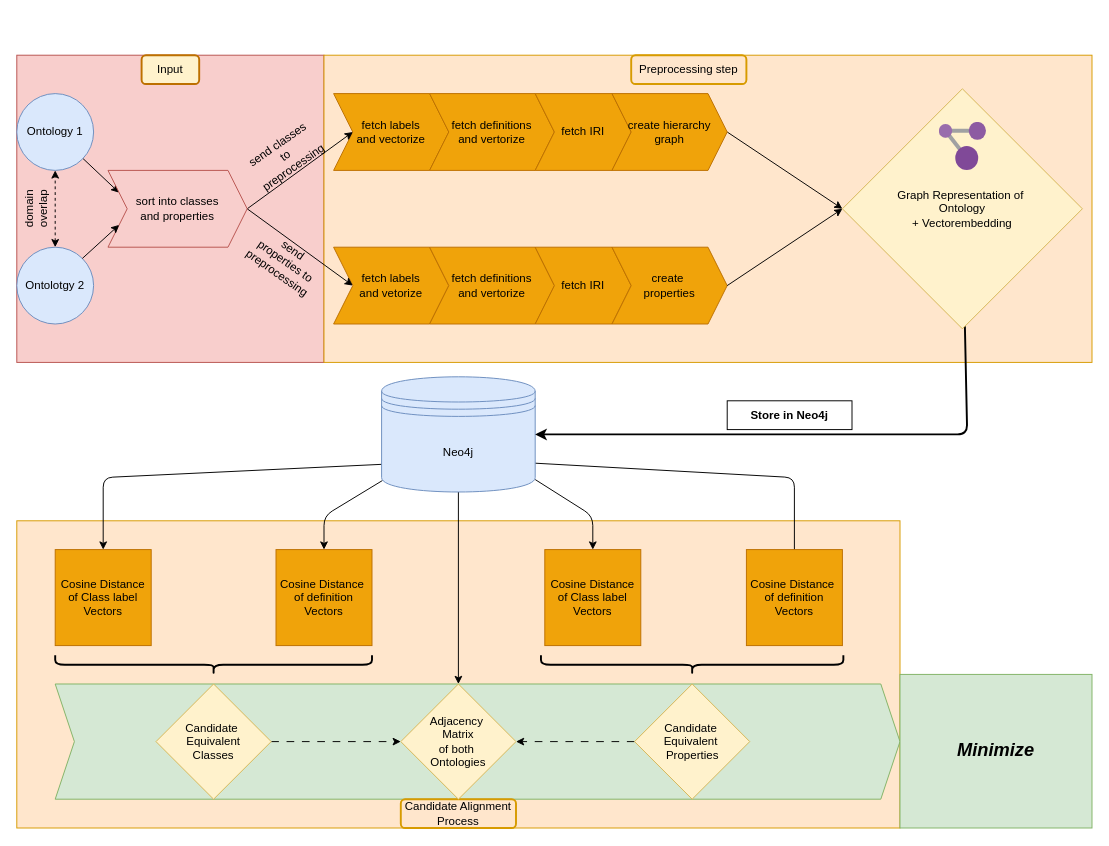
The draw.io diagram docs/pipeline.drawio in SamirKipper/Ontopo, before the edit. Source tidied: cells renumbered, new cells numbered last; positions are measured from the earlier drawing's top-left corner, leaving out a move shared by most shapes. Both pictures are drawn from the tidied source at 96%, with x=0, y=0 at pixel (7, 55). Pictures stored in the file or linked from it are replaced by grey dashed boxes.
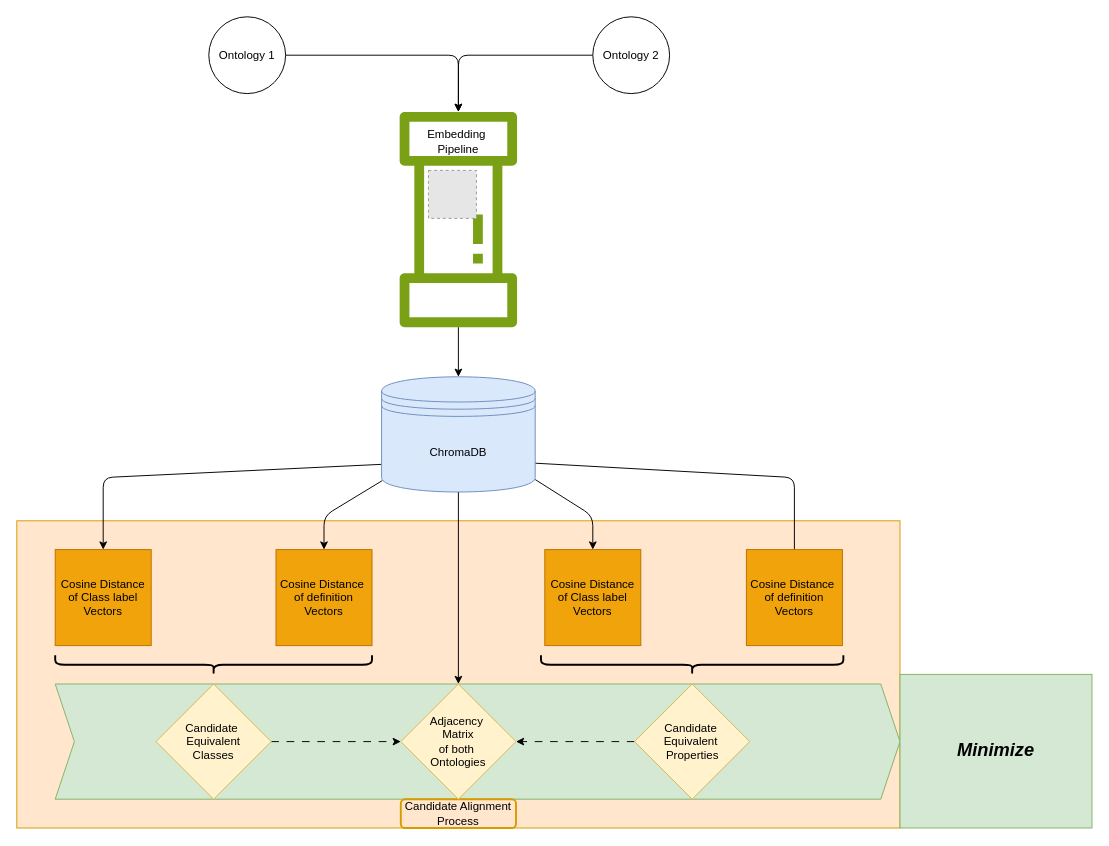
The same diagram, later.

Commit message (it also covers changes not shown here):
base rust classes

What changed in the source:
```diff
@@
-    <mxCell id="9" value="Neo4j" style="shape=datastore;whiteSpace=wrap;html=1;fillColor=#dae8fc;strokeColor=#6c8ebf;" parent="1" vertex="1">
+    <mxCell id="9" value="ChromaDB" style="shape=datastore;whiteSpace=wrap;html=1;fillColor=#dae8fc;strokeColor=#6c8ebf;" parent="1" vertex="1">
       <mxGeometry x="390" y="335" width="160" height="120" as="geometry" />
     </mxCell>
-    <mxCell id="10" style="rounded=0;whiteSpace=wrap;html=1;fillColor=#f8cecc;strokeColor=#b85450;" parent="1" vertex="1">
-      <mxGeometry x="10" width="320" height="320" as="geometry" />
-    </mxCell>
-    <mxCell id="11" value="Input" style="text;html=1;align=center;verticalAlign=middle;whiteSpace=wrap;rounded=1;strokeColor=#BD7000;strokeWidth=2;fillColor=#FFF2CC;fontColor=#000000;" parent="1" vertex="1">
-      <mxGeometry x="140" width="60" height="30" as="geometry" />
-    </mxCell>
-    <mxCell id="12" style="edgeStyle=none;html=1;entryX=0;entryY=0.25;entryDx=0;entryDy=0;" parent="1" edge="1" source="13" target="28">
-      <mxGeometry relative="1" as="geometry" />
-    </mxCell>
-    <mxCell id="13" value="Ontology 1" style="ellipse;whiteSpace=wrap;html=1;fillColor=#dae8fc;strokeColor=#6c8ebf;" parent="1" vertex="1">
-      <mxGeometry x="10" y="40" width="80" height="80" as="geometry" />
-    </mxCell>
-    <mxCell id="14" value="Ontolotgy 2" style="ellipse;whiteSpace=wrap;html=1;fillColor=#dae8fc;strokeColor=#6c8ebf;" parent="1" vertex="1">
-      <mxGeometry x="10" y="200" width="80" height="80" as="geometry" />
-    </mxCell>
-    <mxCell id="15" style="rounded=0;whiteSpace=wrap;html=1;fillColor=#ffe6cc;strokeColor=#d79b00;" parent="1" vertex="1">
-      <mxGeometry x="330" width="800" height="320" as="geometry" />
-    </mxCell>
-    <mxCell id="16" value="Preprocessing step" style="text;html=1;align=center;verticalAlign=middle;whiteSpace=wrap;rounded=1;strokeColor=#d79b00;strokeWidth=2;fillColor=#ffe6cc;" parent="1" vertex="1">
-      <mxGeometry x="650" width="120" height="30" as="geometry" />
-    </mxCell>
-    <mxCell id="17" value="&lt;font style=&quot;color: rgb(0, 0, 0);&quot;&gt;fetch labels&lt;/font&gt;&lt;div&gt;&lt;font style=&quot;color: rgb(0, 0, 0);&quot;&gt;and vectorize&lt;/font&gt;&lt;/div&gt;" style="shape=step;perimeter=stepPerimeter;whiteSpace=wrap;html=1;fixedSize=1;fillColor=#f0a30a;fontColor=#000000;strokeColor=#BD7000;" parent="1" vertex="1">
-      <mxGeometry x="340" y="40" width="120" height="80" as="geometry" />
-    </mxCell>
-    <mxCell id="18" value="&lt;font style=&quot;color: rgb(0, 0, 0);&quot;&gt;fetch definitions&lt;/font&gt;&lt;div&gt;&lt;font style=&quot;color: rgb(0, 0, 0);&quot;&gt;and vertorize&lt;/font&gt;&lt;/div&gt;" style="shape=step;perimeter=stepPerimeter;whiteSpace=wrap;html=1;fixedSize=1;fillColor=#f0a30a;fontColor=#000000;strokeColor=#BD7000;" parent="1" vertex="1">
-      <mxGeometry x="440" y="40" width="130" height="80" as="geometry" />
-    </mxCell>
-    <mxCell id="19" value="fetch IRI" style="shape=step;perimeter=stepPerimeter;whiteSpace=wrap;html=1;fixedSize=1;fillColor=#f0a30a;fontColor=#000000;strokeColor=#BD7000;" parent="1" vertex="1">
-      <mxGeometry x="550" y="40" width="100" height="80" as="geometry" />
-    </mxCell>
-    <mxCell id="20" style="edgeStyle=none;html=1;entryX=0;entryY=0.5;entryDx=0;entryDy=0;exitX=1;exitY=0.5;exitDx=0;exitDy=0;" parent="1" edge="1" source="21">
-      <mxGeometry relative="1" as="geometry">
-        <mxPoint x="870" y="160" as="targetPoint" />
-      </mxGeometry>
-    </mxCell>
-    <mxCell id="21" value="create hierarchy&lt;div&gt;graph&lt;/div&gt;" style="shape=step;perimeter=stepPerimeter;whiteSpace=wrap;html=1;fixedSize=1;fillColor=#f0a30a;fontColor=#000000;strokeColor=#BD7000;" parent="1" vertex="1">
-      <mxGeometry x="630" y="40" width="120" height="80" as="geometry" />
-    </mxCell>
-    <mxCell id="22" value="&lt;font style=&quot;color: rgb(0, 0, 0);&quot;&gt;fetch labels&lt;/font&gt;&lt;div&gt;&lt;font style=&quot;color: rgb(0, 0, 0);&quot;&gt;and vetorize&lt;/font&gt;&lt;/div&gt;" style="shape=step;perimeter=stepPerimeter;whiteSpace=wrap;html=1;fixedSize=1;fillColor=#f0a30a;fontColor=#000000;strokeColor=#BD7000;" parent="1" vertex="1">
-      <mxGeometry x="340" y="200" width="120" height="80" as="geometry" />
-    </mxCell>
-    <mxCell id="23" value="&lt;font style=&quot;color: rgb(0, 0, 0);&quot;&gt;fetch definitions&lt;/font&gt;&lt;div&gt;&lt;font style=&quot;color: rgb(0, 0, 0);&quot;&gt;and vertorize&lt;/font&gt;&lt;/div&gt;" style="shape=step;perimeter=stepPerimeter;whiteSpace=wrap;html=1;fixedSize=1;fillColor=#f0a30a;fontColor=#000000;strokeColor=#BD7000;" parent="1" vertex="1">
-      <mxGeometry x="440" y="200" width="130" height="80" as="geometry" />
-    </mxCell>
-    <mxCell id="24" value="fetch IRI" style="shape=step;perimeter=stepPerimeter;whiteSpace=wrap;html=1;fixedSize=1;fillColor=#f0a30a;fontColor=#000000;strokeColor=#BD7000;" parent="1" vertex="1">
-      <mxGeometry x="550" y="200" width="100" height="80" as="geometry" />
-    </mxCell>
-    <mxCell id="25" value="&lt;font style=&quot;color: rgb(0, 0, 0);&quot;&gt;create&amp;nbsp;&lt;/font&gt;&lt;div&gt;&lt;font style=&quot;color: rgb(0, 0, 0);&quot;&gt;properties&lt;/font&gt;&lt;/div&gt;" style="shape=step;perimeter=stepPerimeter;whiteSpace=wrap;html=1;fixedSize=1;fillColor=#f0a30a;fontColor=#000000;strokeColor=#BD7000;" parent="1" vertex="1">
-      <mxGeometry x="630" y="200" width="120" height="80" as="geometry" />
-    </mxCell>
-    <mxCell id="26" style="edgeStyle=none;html=1;entryX=0;entryY=0.5;entryDx=0;entryDy=0;exitX=1;exitY=0.5;exitDx=0;exitDy=0;" parent="1" edge="1" source="28" target="17">
-      <mxGeometry relative="1" as="geometry" />
-    </mxCell>
-    <mxCell id="27" style="edgeStyle=none;html=1;entryX=0;entryY=0.5;entryDx=0;entryDy=0;exitX=1;exitY=0.5;exitDx=0;exitDy=0;" parent="1" edge="1" source="28" target="22">
-      <mxGeometry relative="1" as="geometry" />
-    </mxCell>
-    <mxCell id="28" value="&lt;font style=&quot;color: rgb(0, 0, 0);&quot;&gt;sort into classes&lt;/font&gt;&lt;div&gt;&lt;font style=&quot;color: rgb(0, 0, 0);&quot;&gt;and properties&lt;/font&gt;&lt;/div&gt;" style="shape=step;perimeter=stepPerimeter;whiteSpace=wrap;html=1;fixedSize=1;fillColor=#f8cecc;strokeColor=#b85450;" parent="1" vertex="1">
-      <mxGeometry x="105" y="120" width="145" height="80" as="geometry" />
-    </mxCell>
-    <mxCell id="29" value="send classes to preprocessing" style="text;html=1;align=center;verticalAlign=middle;whiteSpace=wrap;rounded=0;rotation=325;" parent="1" vertex="1">
-      <mxGeometry x="250" y="90" width="80" height="30" as="geometry" />
-    </mxCell>
-    <mxCell id="30" value="send properties to preprocessing" style="text;html=1;align=center;verticalAlign=middle;whiteSpace=wrap;rounded=0;rotation=35;" parent="1" vertex="1">
-      <mxGeometry x="250" y="200" width="80" height="30" as="geometry" />
-    </mxCell>
-    <mxCell id="31" style="endArrow=classic;html=1;exitX=1;exitY=0.5;exitDx=0;exitDy=0;entryX=0;entryY=0.5;entryDx=0;entryDy=0;" parent="1" edge="1" source="25">
-      <mxGeometry relative="1" as="geometry">
-        <mxPoint x="870" y="160" as="targetPoint" />
-      </mxGeometry>
-    </mxCell>
-    <mxCell id="32" style="endArrow=classic;html=1;exitX=1;exitY=0;exitDx=0;exitDy=0;entryX=0;entryY=0.75;entryDx=0;entryDy=0;" parent="1" edge="1" source="14" target="28">
-      <mxGeometry relative="1" as="geometry" />
-    </mxCell>
-    <mxCell id="33" style="endArrow=classic;startArrow=classic;html=1;exitX=0.5;exitY=0;exitDx=0;exitDy=0;entryX=0.5;entryY=1;entryDx=0;entryDy=0;dashed=1;" parent="1" edge="1" source="14" target="13">
-      <mxGeometry relative="1" as="geometry" />
-    </mxCell>
-    <mxCell id="34" value="domain overlap" style="text;html=1;align=center;verticalAlign=middle;whiteSpace=wrap;rounded=0;rotation=-90;" parent="1" vertex="1">
-      <mxGeometry y="145" width="60" height="30" as="geometry" />
-    </mxCell>
@@
-    <mxCell id="36" style="edgeStyle=none;html=1;entryX=1;entryY=0.5;entryDx=0;entryDy=0;strokeWidth=2;" parent="1" edge="1" source="37" target="9">
-      <mxGeometry relative="1" as="geometry">
-        <Array as="points">
-          <mxPoint x="1000" y="395" />
-        </Array>
-      </mxGeometry>
-    </mxCell>
-    <mxCell id="37" value="&lt;font style=&quot;color: rgb(0, 0, 0);&quot;&gt;Graph Representation of&amp;nbsp;&lt;/font&gt;&lt;div&gt;&lt;font style=&quot;color: rgb(0, 0, 0);&quot;&gt;Ontology&lt;/font&gt;&lt;/div&gt;&lt;div&gt;&lt;font style=&quot;color: rgb(0, 0, 0);&quot;&gt;+ Vectorembedding&lt;/font&gt;&lt;/div&gt;" style="rhombus;whiteSpace=wrap;html=1;fillColor=#fff2cc;strokeColor=#d6b656;" parent="1" vertex="1">
-      <mxGeometry x="870" y="35" width="250" height="250" as="geometry" />
-    </mxCell>
-    <mxCell id="38" style="image;sketch=0;html=1;align=center;fontSize=12;image=img/lib/mscae/Resource_Graph_Explorer.svg;" parent="1" vertex="1">
-      <mxGeometry x="971" y="70" width="49" height="50" as="geometry" />
-    </mxCell>
-    <mxCell id="39" value="Store in Neo4j" style="text;html=1;align=center;verticalAlign=middle;whiteSpace=wrap;rounded=0;strokeColor=default;fontStyle=1;" parent="1" vertex="1">
-      <mxGeometry x="750" y="360" width="130" height="30" as="geometry" />
-    </mxCell>
@@
+    <mxCell id="52" style="edgeStyle=none;html=1;" parent="1" edge="1" source="13" target="56">
+      <mxGeometry relative="1" as="geometry">
+        <Array as="points">
+          <mxPoint x="470" />
+        </Array>
+      </mxGeometry>
+    </mxCell>
+    <mxCell id="13" value="Ontology 1" style="ellipse;whiteSpace=wrap;html=1;" parent="1" vertex="1">
+      <mxGeometry x="210" y="-40" width="80" height="80" as="geometry" />
+    </mxCell>
+    <mxCell id="53" style="edgeStyle=none;html=1;" parent="1" edge="1" source="54" target="56">
+      <mxGeometry relative="1" as="geometry">
+        <Array as="points">
+          <mxPoint x="470" />
+        </Array>
+      </mxGeometry>
+    </mxCell>
+    <mxCell id="54" value="Ontology 2" style="ellipse;whiteSpace=wrap;html=1;" parent="1" vertex="1">
+      <mxGeometry x="610" y="-40" width="80" height="80" as="geometry" />
+    </mxCell>
+    <mxCell id="55" style="edgeStyle=none;html=1;entryX=0.5;entryY=0;entryDx=0;entryDy=0;" parent="1" edge="1" source="56" target="9">
+      <mxGeometry relative="1" as="geometry" />
+    </mxCell>
+    <mxCell id="56" style="sketch=0;outlineConnect=0;fontColor=#232F3E;gradientColor=none;fillColor=#7AA116;strokeColor=none;dashed=0;verticalLabelPosition=bottom;verticalAlign=top;align=center;html=1;fontSize=12;fontStyle=0;shape=mxgraph.aws4.iot_analytics_pipeline;rotation=90;" parent="1" vertex="1">
+      <mxGeometry x="356.4" y="110" width="227.1" height="122.3" as="geometry" />
+    </mxCell>
+    <mxCell id="57" style="fillColor=#E6E6E6;strokeColor=#999999;dashed=1;verticalLabelPosition=bottom;labelBackgroundColor=default;verticalAlign=top;" parent="1" vertex="1">
+      <mxGeometry x="438.8" y="120" width="50" height="50" as="geometry" />
+    </mxCell>
+    <mxCell id="58" value="Embedding&amp;nbsp;&lt;div&gt;Pipeline&lt;/div&gt;" style="text;html=1;align=center;verticalAlign=middle;whiteSpace=wrap;rounded=0;" parent="1" vertex="1">
+      <mxGeometry x="420" y="70" width="100" height="40" as="geometry" />
+    </mxCell>
```
